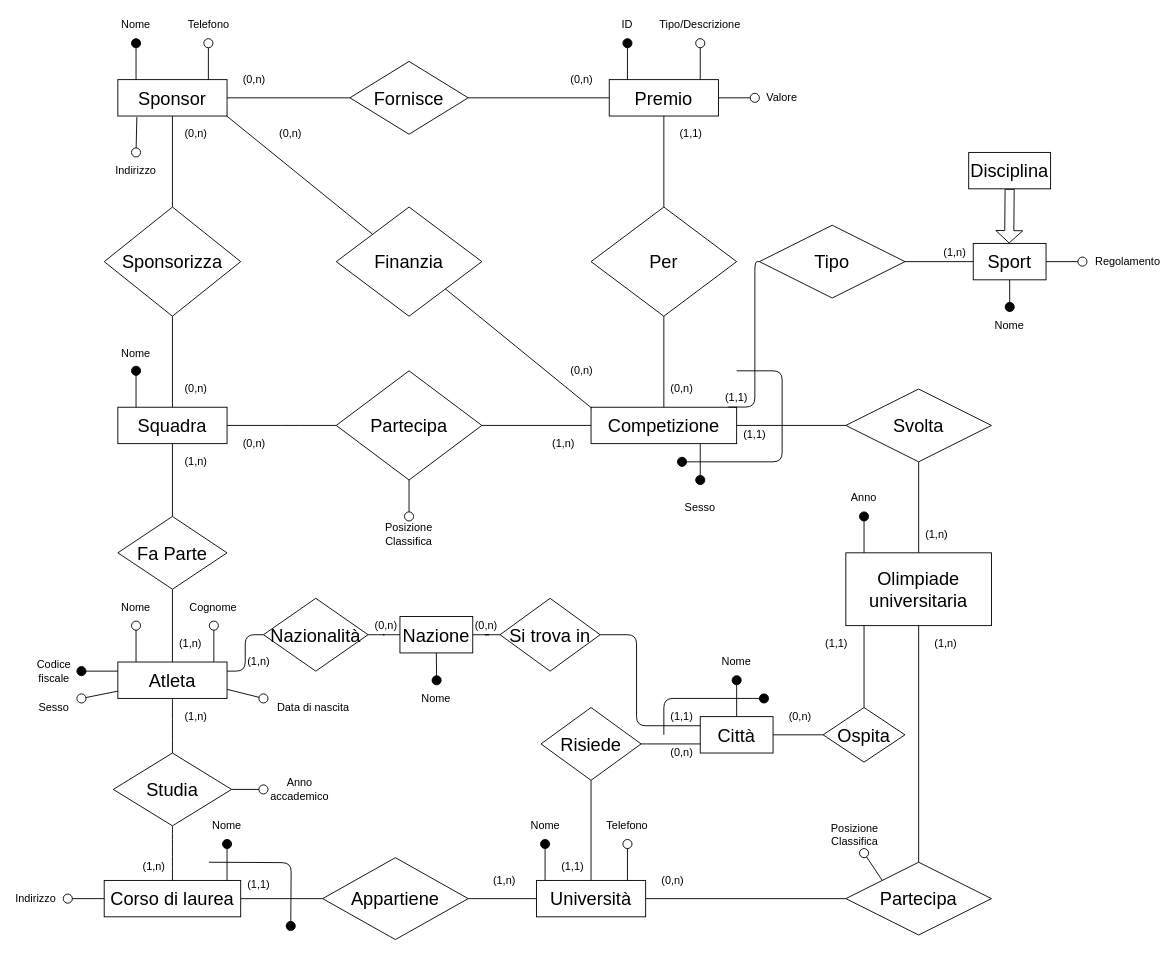
Before: page "Schema E-R" (1 of 3) of Olimpiadi studentesche.drawio in giovannivelludo/database-project, a draw.io diagram. Source tidied: cells renumbered, new cells numbered last; positions are measured from the earlier drawing's top-left corner, leaving out a move shared by most shapes. Both pictures are drawn from the tidied source at 91%, with x=0, y=0 at pixel (17, 15).
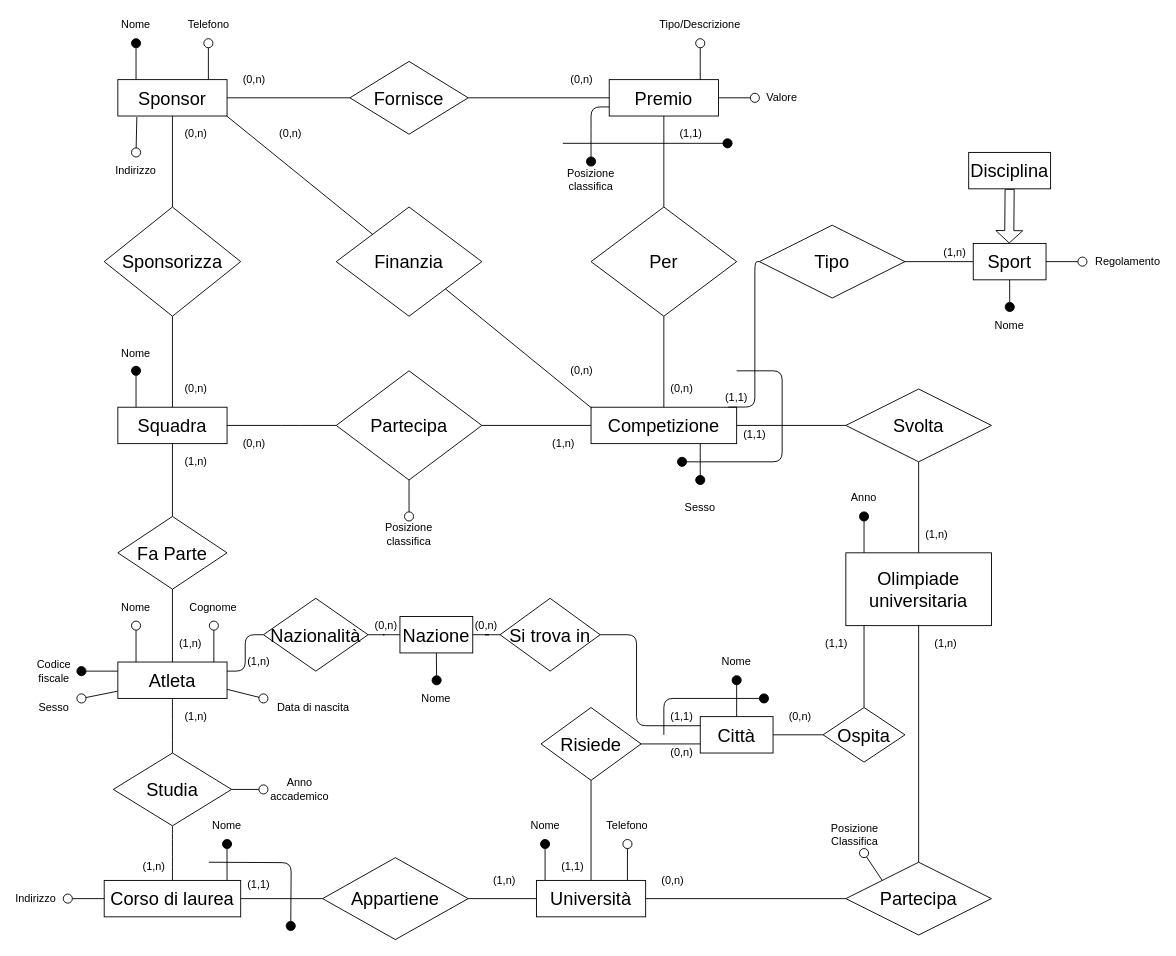
The same page after the edit.

The change refers to these unchanged cells:
```xml
<mxCell id="45" value="Premio" style="rounded=0;whiteSpace=wrap;html=1;horizontal=1;fontSize=20;comic=0;glass=0;shadow=0;" parent="1" vertex="1">
  <mxGeometry x="650" y="70" width="120" height="40" as="geometry" />
</mxCell>
```

Diff of the diagram source:
```diff
@@
+    <mxCell id="143" style="edgeStyle=orthogonalEdgeStyle;rounded=1;jettySize=auto;html=1;exitX=0;exitY=0.75;exitDx=0;exitDy=0;endArrow=oval;endFill=1;endSize=10;" parent="1" edge="1" source="45">
+      <mxGeometry relative="1" as="geometry">
+        <mxPoint x="630" y="160" as="targetPoint" />
+      </mxGeometry>
+    </mxCell>
@@
-    <mxCell id="81" style="endArrow=oval;html=1;endFill=1;endSize=10;" parent="1" edge="1">
-      <mxGeometry relative="1" as="geometry">
-        <mxPoint x="670" y="70" as="sourcePoint" />
-        <mxPoint x="670" y="30" as="targetPoint" />
-      </mxGeometry>
-    </mxCell>
-    <mxCell id="82" value="ID" style="text;html=1;strokeColor=none;fillColor=none;align=center;verticalAlign=middle;whiteSpace=wrap;rounded=0;" parent="1" vertex="1">
-      <mxGeometry x="650" width="40" height="20" as="geometry" />
-    </mxCell>
@@
-    <mxCell id="94" value="Posizione&lt;br&gt;Classifica" style="text;html=1;strokeColor=none;fillColor=none;align=center;verticalAlign=middle;whiteSpace=wrap;rounded=0;" parent="1" vertex="1">
+    <mxCell id="94" value="Posizione&lt;br&gt;classifica" style="text;html=1;strokeColor=none;fillColor=none;align=center;verticalAlign=middle;whiteSpace=wrap;rounded=0;" parent="1" vertex="1">
       <mxGeometry x="410" y="560" width="40" height="20" as="geometry" />
     </mxCell>
@@
+    <mxCell id="144" value="Posizione classifica" style="text;html=1;strokeColor=none;fillColor=none;align=center;verticalAlign=middle;whiteSpace=wrap;rounded=0;" parent="1" vertex="1">
+      <mxGeometry x="610" y="170" width="40" height="20" as="geometry" />
+    </mxCell>
+    <mxCell id="145" style="endArrow=oval;html=1;endFill=1;endSize=10;" parent="1" edge="1">
+      <mxGeometry relative="1" as="geometry">
+        <mxPoint x="599" y="140" as="sourcePoint" />
+        <mxPoint x="780" y="140" as="targetPoint" />
+      </mxGeometry>
+    </mxCell>
```
